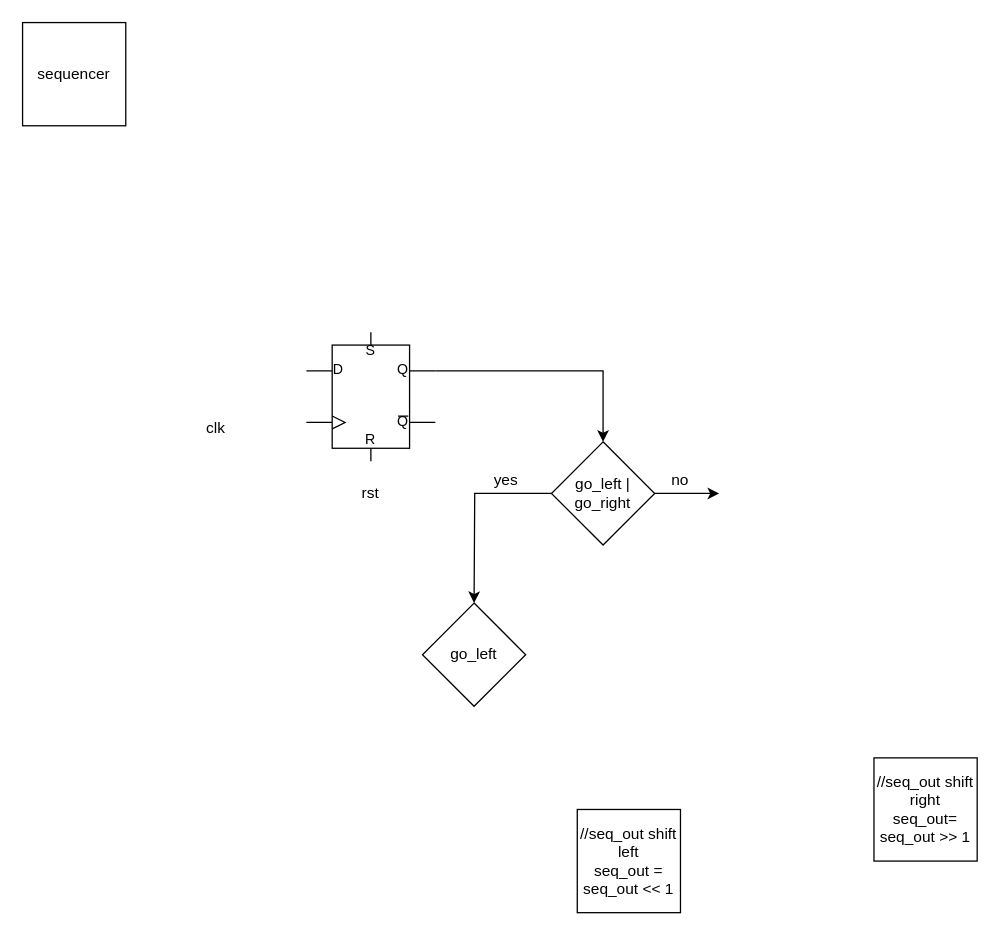
LeoChen21/chenLeo keeps this draw.io diagram as sequencer.drawio. Above is the earlier version. Source tidied: cells renumbered, new cells numbered last; positions are measured from the earlier drawing's top-left corner, leaving out a move shared by most shapes. Both pictures are drawn from the tidied source at 129%, with x=0, y=0 at pixel (22, 22).
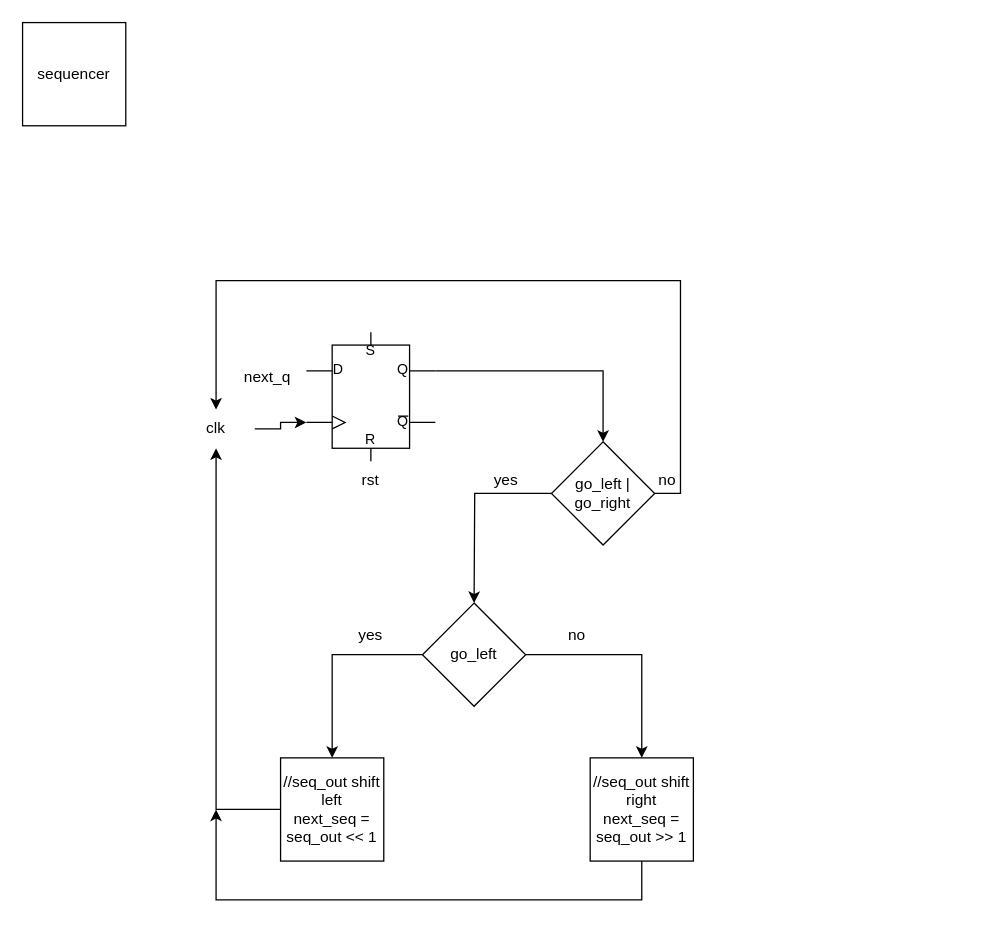
After the change.

Unchanged cells that the change refers to:
```xml
<mxCell id="4" style="verticalLabelPosition=bottom;shadow=0;dashed=0;align=center;html=1;verticalAlign=top;shape=mxgraph.electrical.logic_gates.d_type_rs_flip-flop;" parent="1" vertex="1">
  <mxGeometry x="220" y="240" width="100" height="100" as="geometry" />
</mxCell>
<mxCell id="5" value="&lt;div&gt;clk&lt;/div&gt;" style="text;html=1;strokeColor=none;fillColor=none;align=center;verticalAlign=middle;whiteSpace=wrap;rounded=0;" parent="1" vertex="1">
  <mxGeometry x="120" y="300" width="60" height="30" as="geometry" />
</mxCell>
<mxCell id="11" value="go_left | go_right" style="rhombus;whiteSpace=wrap;html=1;" parent="1" vertex="1">
  <mxGeometry x="410" y="325" width="80" height="80" as="geometry" />
</mxCell>
<mxCell id="12" value="go_left" style="rhombus;whiteSpace=wrap;html=1;" parent="1" vertex="1">
  <mxGeometry x="310" y="450" width="80" height="80" as="geometry" />
</mxCell>
```

Diff of the diagram source:
```diff
@@
+    <mxCell id="15" style="edgeStyle=orthogonalEdgeStyle;rounded=0;jettySize=auto;html=1;entryX=0;entryY=0.7;entryDx=0;entryDy=0;entryPerimeter=0;" parent="1" edge="1" source="5" target="4">
+      <mxGeometry relative="1" as="geometry" />
+    </mxCell>
@@
     <mxCell id="6" value="rst" style="text;html=1;strokeColor=none;fillColor=none;align=center;verticalAlign=middle;whiteSpace=wrap;rounded=0;" parent="1" vertex="1">
-      <mxGeometry x="240" y="350" width="60" height="30" as="geometry" />
+      <mxGeometry x="240" y="340" width="60" height="30" as="geometry" />
     </mxCell>
+    <mxCell id="16" style="edgeStyle=orthogonalEdgeStyle;rounded=0;jettySize=auto;html=1;entryX=0.5;entryY=1;entryDx=0;entryDy=0;" parent="1" edge="1" source="7" target="5">
+      <mxGeometry relative="1" as="geometry" />
+    </mxCell>
-    <mxCell id="7" value="&lt;div&gt;//seq_out shift left&lt;br&gt;&lt;/div&gt;&lt;div&gt;seq_out = seq_out &amp;lt;&amp;lt; 1&lt;br&gt;&lt;/div&gt;" style="whiteSpace=wrap;html=1;" parent="1" vertex="1">
-      <mxGeometry x="430" y="610" width="80" height="80" as="geometry" />
+    <mxCell id="7" value="&lt;div&gt;//seq_out shift left&lt;br&gt;&lt;/div&gt;&lt;div&gt;next_seq = seq_out &amp;lt;&amp;lt; 1&lt;br&gt;&lt;/div&gt;" style="whiteSpace=wrap;html=1;" parent="1" vertex="1">
+      <mxGeometry x="200" y="570" width="80" height="80" as="geometry" />
     </mxCell>
+    <mxCell id="17" style="edgeStyle=orthogonalEdgeStyle;rounded=0;jettySize=auto;html=1;" parent="1" edge="1" source="8">
+      <mxGeometry relative="1" as="geometry">
+        <mxPoint x="150" y="610" as="targetPoint" />
+        <Array as="points">
+          <mxPoint x="480" y="680" />
+          <mxPoint x="150" y="680" />
+        </Array>
+      </mxGeometry>
+    </mxCell>
-    <mxCell id="8" value="&lt;div&gt;//seq_out shift right&lt;br&gt;&lt;/div&gt;&lt;div&gt;seq_out= seq_out &amp;gt;&amp;gt; 1&lt;br&gt;&lt;/div&gt;" style="whiteSpace=wrap;html=1;" parent="1" vertex="1">
-      <mxGeometry x="660" y="570" width="80" height="80" as="geometry" />
+    <mxCell id="8" value="&lt;div&gt;//seq_out shift right&lt;br&gt;&lt;/div&gt;&lt;div&gt;next_seq = seq_out &amp;gt;&amp;gt; 1&lt;br&gt;&lt;/div&gt;" style="whiteSpace=wrap;html=1;" parent="1" vertex="1">
+      <mxGeometry x="440" y="570" width="80" height="80" as="geometry" />
     </mxCell>
@@
-    <mxCell id="10" style="edgeStyle=orthogonalEdgeStyle;rounded=0;jettySize=auto;html=1;exitX=1;exitY=0.5;exitDx=0;exitDy=0;" parent="1" edge="1" source="11">
+    <mxCell id="10" style="edgeStyle=orthogonalEdgeStyle;rounded=0;jettySize=auto;html=1;exitX=1;exitY=0.5;exitDx=0;exitDy=0;entryX=0.5;entryY=0;entryDx=0;entryDy=0;" parent="1" edge="1" source="11" target="5">
       <mxGeometry relative="1" as="geometry">
-        <mxPoint x="540" y="365" as="targetPoint" />
+        <Array as="points">
+          <mxPoint x="510" y="365" />
+          <mxPoint x="510" y="200" />
+          <mxPoint x="150" y="200" />
+        </Array>
       </mxGeometry>
     </mxCell>
@@
+    <mxCell id="18" style="edgeStyle=orthogonalEdgeStyle;rounded=0;jettySize=auto;html=1;entryX=0.5;entryY=0;entryDx=0;entryDy=0;" parent="1" edge="1" source="12" target="7">
+      <mxGeometry relative="1" as="geometry" />
+    </mxCell>
+    <mxCell id="19" style="edgeStyle=orthogonalEdgeStyle;rounded=0;jettySize=auto;html=1;entryX=0.5;entryY=0;entryDx=0;entryDy=0;" parent="1" edge="1" source="12" target="8">
+      <mxGeometry relative="1" as="geometry" />
+    </mxCell>
@@
     <mxCell id="14" value="no" style="text;html=1;strokeColor=none;fillColor=none;align=center;verticalAlign=middle;whiteSpace=wrap;rounded=0;" parent="1" vertex="1">
-      <mxGeometry x="480" y="340" width="60" height="30" as="geometry" />
+      <mxGeometry x="470" y="340" width="60" height="30" as="geometry" />
     </mxCell>
+    <mxCell id="20" value="yes" style="text;html=1;strokeColor=none;fillColor=none;align=center;verticalAlign=middle;whiteSpace=wrap;rounded=0;" parent="1" vertex="1">
+      <mxGeometry x="240" y="460" width="60" height="30" as="geometry" />
+    </mxCell>
+    <mxCell id="21" value="no" style="text;html=1;strokeColor=none;fillColor=none;align=center;verticalAlign=middle;whiteSpace=wrap;rounded=0;" parent="1" vertex="1">
+      <mxGeometry x="400" y="460" width="60" height="30" as="geometry" />
+    </mxCell>
+    <mxCell id="22" value="next_q" style="text;html=1;strokeColor=none;fillColor=none;align=center;verticalAlign=middle;whiteSpace=wrap;rounded=0;" parent="1" vertex="1">
+      <mxGeometry x="160" y="260" width="60" height="30" as="geometry" />
+    </mxCell>
```
